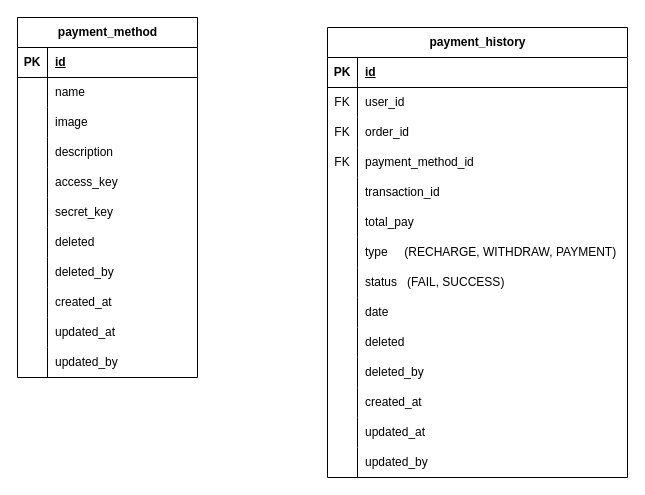
This is PaymentService.drawio from HongSon04/PaymentService-ERD, a draw.io file, before an edit. Source tidied: cells renumbered, new cells numbered last; positions are measured from the earlier drawing's top-left corner, leaving out a move shared by most shapes. Both pictures are drawn from the tidied source at 100%, with x=0, y=0 at pixel (17, 17).
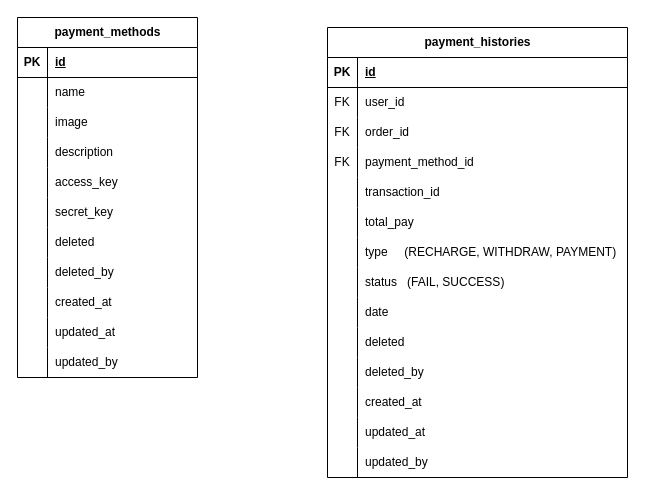
Above is the later version.

Commit message:
Cập nhật PaymentService.drawio

What changed in the source:
```diff
@@
-    <mxCell id="2" value="payment_method" style="shape=table;startSize=30;childLayout=tableLayout;rowLines=0;fontStyle=1;align=center;html=1;" parent="1" vertex="1">
+    <mxCell id="2" value="payment_methods" style="shape=table;startSize=30;childLayout=tableLayout;rowLines=0;fontStyle=1;align=center;html=1;" parent="1" vertex="1">
       <mxGeometry width="180" height="360" as="geometry" />
     </mxCell>
@@
-    <mxCell id="36" value="payment_history" style="shape=table;startSize=30;childLayout=tableLayout;rowLines=0;fontStyle=1;align=center;html=1;" parent="1" vertex="1">
+    <mxCell id="36" value="payment_histories" style="shape=table;startSize=30;childLayout=tableLayout;rowLines=0;fontStyle=1;align=center;html=1;" parent="1" vertex="1">
       <mxGeometry x="310" y="10" width="300" height="450" as="geometry" />
     </mxCell>
```
